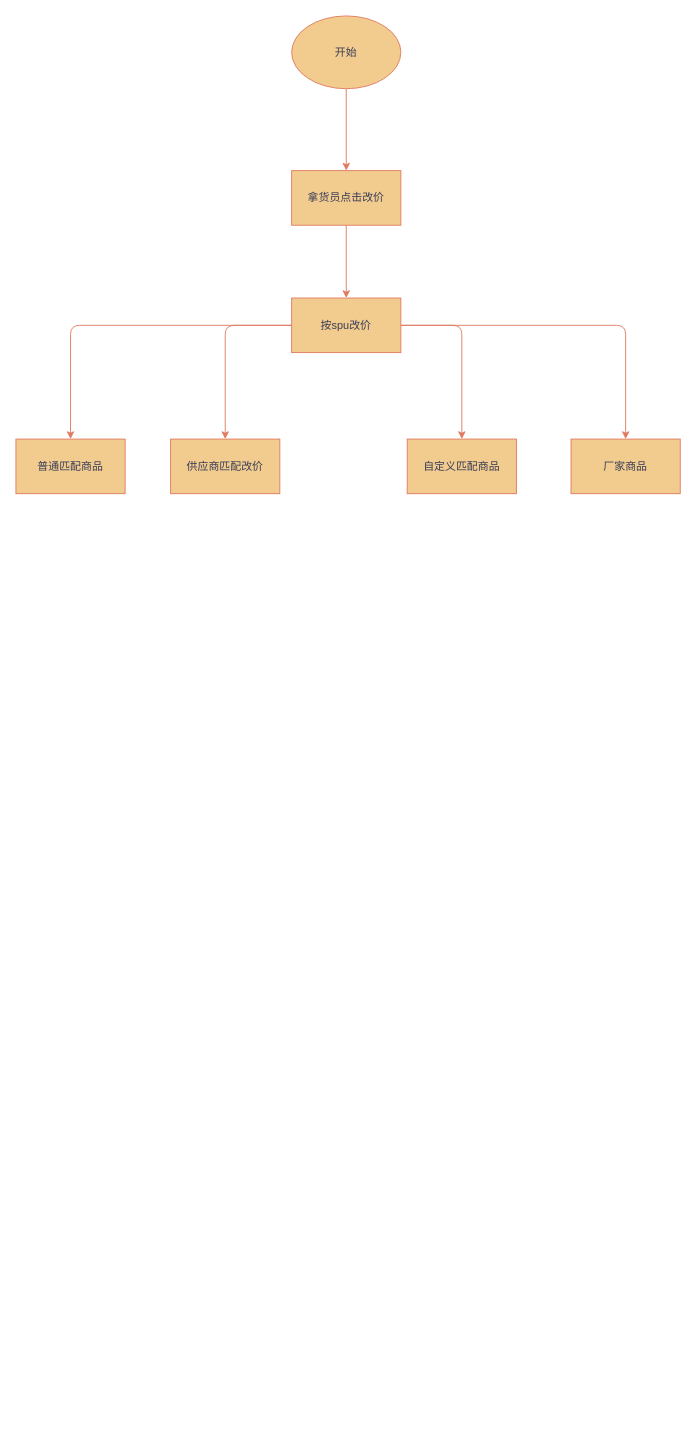
bian0814/draw.io keeps this draw.io diagram as 拿货改价.drawio. Above is the earlier version. Source tidied: cells renumbered, new cells numbered last; positions are measured from the earlier drawing's top-left corner, leaving out a move shared by most shapes. Both pictures are drawn from the tidied source at 91%, with x=0, y=0 at pixel (15, 15).
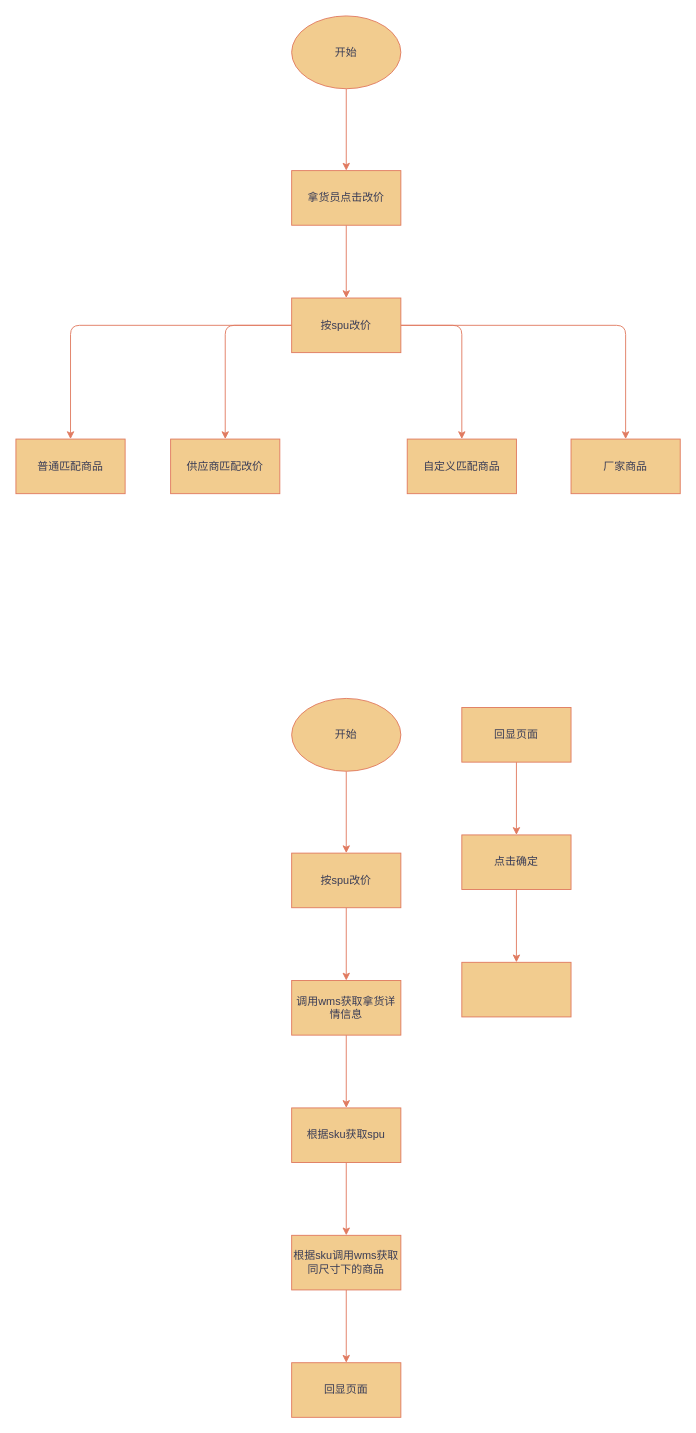
Above is the later version.

Commit message:
更新拿货改价.drawio

What changed in the source:
```diff
@@
+    <mxCell id="15" style="edgeStyle=orthogonalEdgeStyle;rounded=0;jettySize=auto;html=1;strokeColor=#E07A5F;fontColor=#393C56;fillColor=#F2CC8F;" parent="1" edge="1" source="16" target="18">
+      <mxGeometry relative="1" as="geometry" />
+    </mxCell>
+    <mxCell id="16" value="开始" style="ellipse;whiteSpace=wrap;html=1;strokeColor=#E07A5F;fontColor=#393C56;fillColor=#F2CC8F;" parent="1" vertex="1">
+      <mxGeometry x="303" y="750" width="120" height="80" as="geometry" />
+    </mxCell>
+    <mxCell id="17" style="edgeStyle=orthogonalEdgeStyle;rounded=0;jettySize=auto;html=1;strokeColor=#E07A5F;fontColor=#393C56;fillColor=#F2CC8F;" parent="1" edge="1" source="18" target="20">
+      <mxGeometry relative="1" as="geometry" />
+    </mxCell>
+    <mxCell id="18" value="按spu改价" style="whiteSpace=wrap;html=1;fillColor=#F2CC8F;strokeColor=#E07A5F;fontColor=#393C56;" parent="1" vertex="1">
+      <mxGeometry x="303" y="920" width="120" height="60" as="geometry" />
+    </mxCell>
+    <mxCell id="19" style="edgeStyle=orthogonalEdgeStyle;rounded=0;jettySize=auto;html=1;strokeColor=#E07A5F;fontColor=#393C56;fillColor=#F2CC8F;" parent="1" edge="1" source="20" target="22">
+      <mxGeometry relative="1" as="geometry" />
+    </mxCell>
+    <mxCell id="20" value="调用wms获取拿货详情信息" style="whiteSpace=wrap;html=1;fillColor=#F2CC8F;strokeColor=#E07A5F;fontColor=#393C56;" parent="1" vertex="1">
+      <mxGeometry x="303" y="1060" width="120" height="60" as="geometry" />
+    </mxCell>
+    <mxCell id="21" style="edgeStyle=orthogonalEdgeStyle;rounded=0;jettySize=auto;html=1;strokeColor=#E07A5F;fontColor=#393C56;fillColor=#F2CC8F;" parent="1" edge="1" source="22" target="24">
+      <mxGeometry relative="1" as="geometry" />
+    </mxCell>
+    <mxCell id="22" value="根据sku获取spu" style="whiteSpace=wrap;html=1;fillColor=#F2CC8F;strokeColor=#E07A5F;fontColor=#393C56;" parent="1" vertex="1">
+      <mxGeometry x="303" y="1200" width="120" height="60" as="geometry" />
+    </mxCell>
+    <mxCell id="23" style="edgeStyle=orthogonalEdgeStyle;rounded=0;jettySize=auto;html=1;strokeColor=#E07A5F;fontColor=#393C56;fillColor=#F2CC8F;" parent="1" edge="1" source="24" target="25">
+      <mxGeometry relative="1" as="geometry" />
+    </mxCell>
+    <mxCell id="24" value="根据sku调用wms获取同尺寸下的商品" style="whiteSpace=wrap;html=1;fillColor=#F2CC8F;strokeColor=#E07A5F;fontColor=#393C56;" parent="1" vertex="1">
+      <mxGeometry x="303" y="1340" width="120" height="60" as="geometry" />
+    </mxCell>
+    <mxCell id="25" value="回显页面" style="whiteSpace=wrap;html=1;fillColor=#F2CC8F;strokeColor=#E07A5F;fontColor=#393C56;" parent="1" vertex="1">
+      <mxGeometry x="303" y="1480" width="120" height="60" as="geometry" />
+    </mxCell>
+    <mxCell id="26" style="edgeStyle=orthogonalEdgeStyle;rounded=0;jettySize=auto;html=1;strokeColor=#E07A5F;fontColor=#393C56;fillColor=#F2CC8F;" parent="1" edge="1" source="27" target="29">
+      <mxGeometry relative="1" as="geometry" />
+    </mxCell>
+    <mxCell id="27" value="回显页面" style="whiteSpace=wrap;html=1;fillColor=#F2CC8F;strokeColor=#E07A5F;fontColor=#393C56;" parent="1" vertex="1">
+      <mxGeometry x="490" y="760" width="120" height="60" as="geometry" />
+    </mxCell>
+    <mxCell id="28" style="edgeStyle=orthogonalEdgeStyle;rounded=0;jettySize=auto;html=1;strokeColor=#E07A5F;fontColor=#393C56;fillColor=#F2CC8F;" parent="1" edge="1" source="29" target="30">
+      <mxGeometry relative="1" as="geometry" />
+    </mxCell>
+    <mxCell id="29" value="点击确定" style="whiteSpace=wrap;html=1;fillColor=#F2CC8F;strokeColor=#E07A5F;fontColor=#393C56;" parent="1" vertex="1">
+      <mxGeometry x="490" y="900" width="120" height="60" as="geometry" />
+    </mxCell>
+    <mxCell id="30" style="whiteSpace=wrap;html=1;fillColor=#F2CC8F;strokeColor=#E07A5F;fontColor=#393C56;" parent="1" vertex="1">
+      <mxGeometry x="490" y="1040" width="120" height="60" as="geometry" />
+    </mxCell>
```
